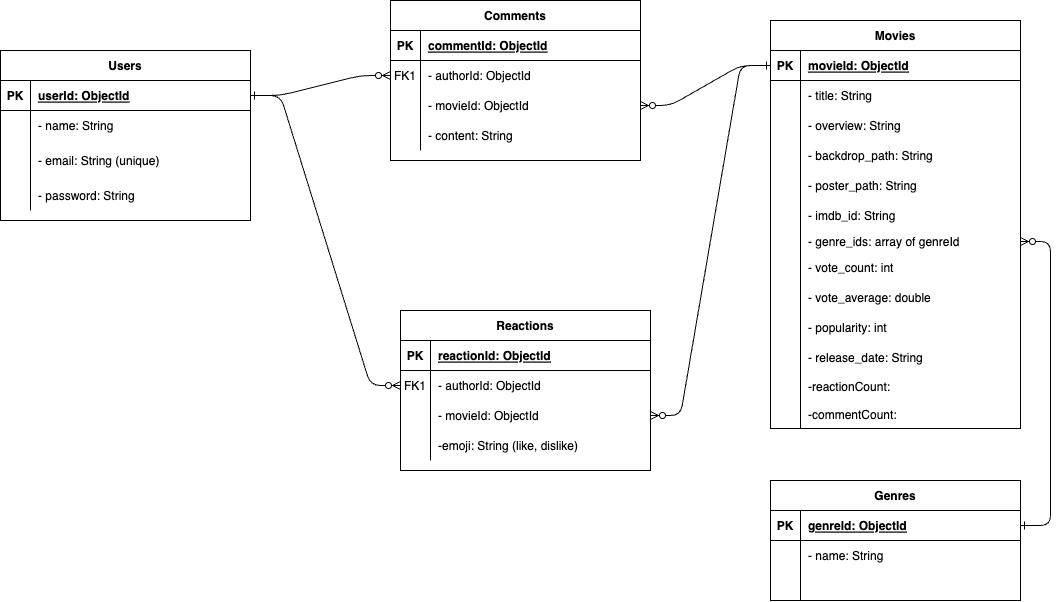
The draw.io diagram docs/db-schema.drawio.png in ttquyen/the-movie-app-be, before a commit. Source tidied: cells renumbered, new cells last; positions are measured from the earlier drawing's top-left corner, leaving out a move shared by most shapes.
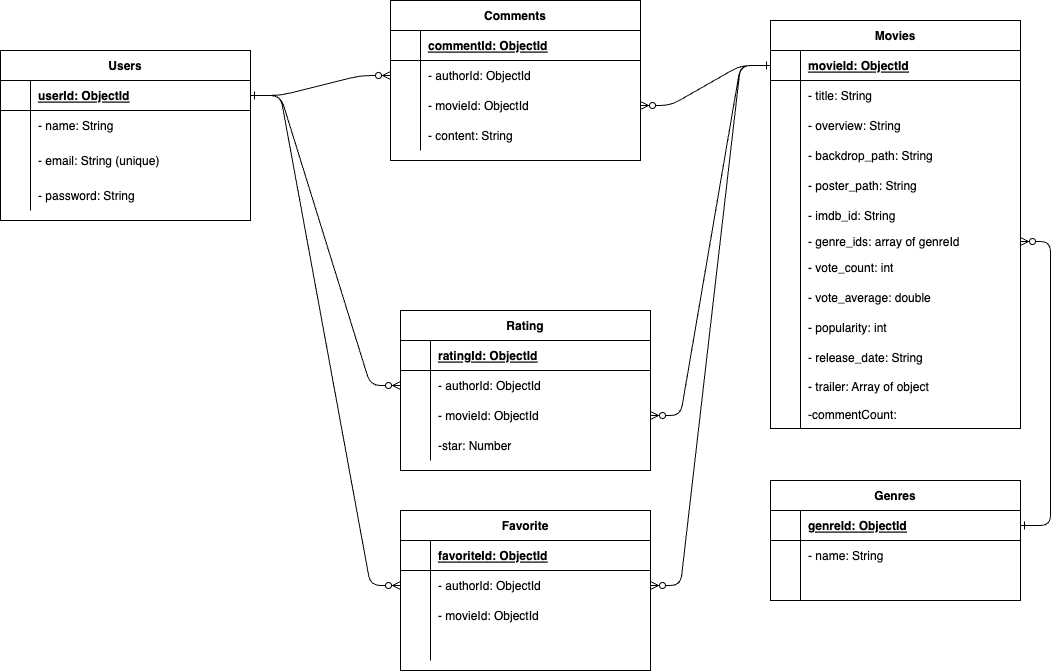
Above is the later version.

What changed in the source:
```diff
@@ -14,7 +14,7 @@
     <mxCell id="5" style="shape=partialRectangle;fillColor=none;top=0;left=0;right=0;bottom=1;" parent="4" vertex="1">
       <mxGeometry y="30" width="250" height="30" as="geometry" />
     </mxCell>
-    <mxCell id="6" value="PK" style="shape=partialRectangle;overflow=hidden;fillColor=none;top=0;left=0;bottom=0;right=0;fontStyle=1;" parent="5" vertex="1">
+    <mxCell id="6" style="shape=partialRectangle;overflow=hidden;fillColor=none;top=0;left=0;bottom=0;right=0;fontStyle=1;" parent="5" vertex="1">
       <mxGeometry width="30" height="30" as="geometry" />
     </mxCell>
     <mxCell id="7" value="commentId: ObjectId" style="shape=partialRectangle;overflow=hidden;fillColor=none;top=0;left=0;bottom=0;right=0;align=left;spacingLeft=6;fontStyle=5;" parent="5" vertex="1">
@@ -23,7 +23,7 @@
     <mxCell id="8" style="shape=partialRectangle;fillColor=none;points=[[0,0.5],[1,0.5]];portConstraint=eastwest;top=0;left=0;right=0;bottom=0;" parent="4" vertex="1">
       <mxGeometry y="60" width="250" height="30" as="geometry" />
     </mxCell>
-    <mxCell id="9" value="FK1" style="shape=partialRectangle;overflow=hidden;fillColor=none;top=0;left=0;bottom=0;right=0;" parent="8" vertex="1">
+    <mxCell id="9" style="shape=partialRectangle;overflow=hidden;fillColor=none;top=0;left=0;bottom=0;right=0;" parent="8" vertex="1">
       <mxGeometry width="30" height="30" as="geometry" />
     </mxCell>
     <mxCell id="10" value="- authorId: ObjectId" style="shape=partialRectangle;overflow=hidden;fillColor=none;top=0;left=0;bottom=0;right=0;align=left;spacingLeft=6;" parent="8" vertex="1">
@@ -47,22 +47,22 @@
     <mxCell id="16" value="- content: String" style="shape=partialRectangle;overflow=hidden;fillColor=none;top=0;left=0;bottom=0;right=0;align=left;spacingLeft=6;" parent="14" vertex="1">
       <mxGeometry x="30" width="220" height="30" as="geometry" />
     </mxCell>
-    <mxCell id="17" value="Reactions" style="shape=table;startSize=30;rowLines=0;fontStyle=1;align=center;" parent="1" vertex="1">
+    <mxCell id="17" value="Rating" style="shape=table;startSize=30;rowLines=0;fontStyle=1;align=center;" parent="1" vertex="1">
       <mxGeometry x="400" y="369" width="250" height="160" as="geometry" />
     </mxCell>
     <mxCell id="18" style="shape=partialRectangle;fillColor=none;top=0;left=0;right=0;bottom=1;" parent="17" vertex="1">
       <mxGeometry y="30" width="250" height="30" as="geometry" />
     </mxCell>
-    <mxCell id="19" value="PK" style="shape=partialRectangle;overflow=hidden;fillColor=none;top=0;left=0;bottom=0;right=0;fontStyle=1;" parent="18" vertex="1">
+    <mxCell id="19" style="shape=partialRectangle;overflow=hidden;fillColor=none;top=0;left=0;bottom=0;right=0;fontStyle=1;" parent="18" vertex="1">
       <mxGeometry width="30" height="30" as="geometry" />
     </mxCell>
-    <mxCell id="20" value="reactionId: ObjectId" style="shape=partialRectangle;overflow=hidden;fillColor=none;top=0;left=0;bottom=0;right=0;align=left;spacingLeft=6;fontStyle=5;" parent="18" vertex="1">
+    <mxCell id="20" value="ratingId: ObjectId" style="shape=partialRectangle;overflow=hidden;fillColor=none;top=0;left=0;bottom=0;right=0;align=left;spacingLeft=6;fontStyle=5;" parent="18" vertex="1">
       <mxGeometry x="30" width="220" height="30" as="geometry" />
     </mxCell>
     <mxCell id="21" style="shape=partialRectangle;fillColor=none;points=[[0,0.5],[1,0.5]];portConstraint=eastwest;top=0;left=0;right=0;bottom=0;" parent="17" vertex="1">
       <mxGeometry y="60" width="250" height="30" as="geometry" />
     </mxCell>
-    <mxCell id="22" value="FK1" style="shape=partialRectangle;overflow=hidden;fillColor=none;top=0;left=0;bottom=0;right=0;" parent="21" vertex="1">
+    <mxCell id="22" style="shape=partialRectangle;overflow=hidden;fillColor=none;top=0;left=0;bottom=0;right=0;" parent="21" vertex="1">
       <mxGeometry width="30" height="30" as="geometry" />
     </mxCell>
     <mxCell id="23" value="- authorId: ObjectId" style="shape=partialRectangle;overflow=hidden;fillColor=none;top=0;left=0;bottom=0;right=0;align=left;spacingLeft=6;" parent="21" vertex="1">
@@ -83,7 +83,7 @@
     <mxCell id="28" style="shape=partialRectangle;overflow=hidden;fillColor=none;top=0;left=0;bottom=0;right=0;" parent="27" vertex="1">
       <mxGeometry width="30" height="30" as="geometry" />
     </mxCell>
-    <mxCell id="29" value="-emoji: String (like, dislike)" style="shape=partialRectangle;overflow=hidden;fillColor=none;top=0;left=0;bottom=0;right=0;align=left;spacingLeft=6;" parent="27" vertex="1">
+    <mxCell id="29" value="-star: Number" style="shape=partialRectangle;overflow=hidden;fillColor=none;top=0;left=0;bottom=0;right=0;align=left;spacingLeft=6;" parent="27" vertex="1">
       <mxGeometry x="30" width="220" height="30" as="geometry" />
     </mxCell>
     <mxCell id="30" value="Users" style="shape=table;startSize=30;rowLines=0;fontStyle=1;align=center;" parent="1" vertex="1">
@@ -92,7 +92,7 @@
     <mxCell id="31" style="shape=partialRectangle;fillColor=none;points=[[0,0.5],[1,0.5]];portConstraint=eastwest;top=0;left=0;right=0;bottom=1;" parent="30" vertex="1">
       <mxGeometry y="30" width="250" height="30" as="geometry" />
     </mxCell>
-    <mxCell id="32" value="PK" style="shape=partialRectangle;overflow=hidden;fillColor=none;top=0;left=0;bottom=0;right=0;fontStyle=1;" parent="31" vertex="1">
+    <mxCell id="32" style="shape=partialRectangle;overflow=hidden;fillColor=none;top=0;left=0;bottom=0;right=0;fontStyle=1;" parent="31" vertex="1">
       <mxGeometry width="30" height="30" as="geometry" />
     </mxCell>
     <mxCell id="33" value="userId: ObjectId" style="shape=partialRectangle;overflow=hidden;fillColor=none;top=0;left=0;bottom=0;right=0;align=left;spacingLeft=6;fontStyle=5;" parent="31" vertex="1">
@@ -131,7 +131,7 @@
     <mxCell id="44" style="shape=partialRectangle;fillColor=none;points=[[0,0.5],[1,0.5]];portConstraint=eastwest;top=0;left=0;right=0;bottom=1;" parent="43" vertex="1">
       <mxGeometry y="30" width="250" height="30" as="geometry" />
     </mxCell>
-    <mxCell id="45" value="PK" style="shape=partialRectangle;overflow=hidden;fillColor=none;top=0;left=0;bottom=0;right=0;fontStyle=1;" parent="44" vertex="1">
+    <mxCell id="45" style="shape=partialRectangle;overflow=hidden;fillColor=none;top=0;left=0;bottom=0;right=0;fontStyle=1;" parent="44" vertex="1">
       <mxGeometry width="30" height="30" as="geometry" />
     </mxCell>
     <mxCell id="46" value="genreId: ObjectId" style="shape=partialRectangle;overflow=hidden;fillColor=none;top=0;left=0;bottom=0;right=0;align=left;spacingLeft=6;fontStyle=5;" parent="44" vertex="1">
@@ -161,7 +161,7 @@
     <mxCell id="54" style="shape=partialRectangle;fillColor=none;points=[[0,0.5],[1,0.5]];portConstraint=eastwest;top=0;left=0;right=0;bottom=1;" parent="53" vertex="1">
       <mxGeometry y="30" width="250" height="30" as="geometry" />
     </mxCell>
-    <mxCell id="55" value="PK" style="shape=partialRectangle;overflow=hidden;fillColor=none;top=0;left=0;bottom=0;right=0;fontStyle=1;" parent="54" vertex="1">
+    <mxCell id="55" style="shape=partialRectangle;overflow=hidden;fillColor=none;top=0;left=0;bottom=0;right=0;fontStyle=1;" parent="54" vertex="1">
       <mxGeometry width="30" height="30" as="geometry" />
     </mxCell>
     <mxCell id="56" value="movieId: ObjectId" style="shape=partialRectangle;overflow=hidden;fillColor=none;top=0;left=0;bottom=0;right=0;align=left;spacingLeft=6;fontStyle=5;" parent="54" vertex="1">
@@ -263,7 +263,7 @@
     <mxCell id="88" style="shape=partialRectangle;overflow=hidden;fillColor=none;top=0;left=0;bottom=0;right=0;" parent="87" vertex="1">
       <mxGeometry width="30" height="28" as="geometry" />
     </mxCell>
-    <mxCell id="89" value="-reactionCount: " style="shape=partialRectangle;overflow=hidden;fillColor=none;top=0;left=0;bottom=0;right=0;align=left;spacingLeft=6;" parent="87" vertex="1">
+    <mxCell id="89" value="- trailer: Array of object" style="shape=partialRectangle;overflow=hidden;fillColor=none;top=0;left=0;bottom=0;right=0;align=left;spacingLeft=6;" parent="87" vertex="1">
       <mxGeometry x="30" width="220" height="28" as="geometry" />
     </mxCell>
     <mxCell id="90" style="shape=partialRectangle;fillColor=none;top=0;left=0;right=0;bottom=0;" parent="53" vertex="1">
@@ -291,5 +291,50 @@
         </Array>
       </mxGeometry>
     </mxCell>
+    <mxCell id="96" value="Favorite" style="shape=table;startSize=30;rowLines=0;fontStyle=1;align=center;" parent="1" vertex="1">
+      <mxGeometry x="400" y="569" width="250" height="160" as="geometry" />
+    </mxCell>
+    <mxCell id="97" style="shape=partialRectangle;fillColor=none;top=0;left=0;right=0;bottom=1;" parent="96" vertex="1">
+      <mxGeometry y="30" width="250" height="30" as="geometry" />
+    </mxCell>
+    <mxCell id="98" style="shape=partialRectangle;overflow=hidden;fillColor=none;top=0;left=0;bottom=0;right=0;fontStyle=1;" parent="97" vertex="1">
+      <mxGeometry width="30" height="30" as="geometry" />
+    </mxCell>
+    <mxCell id="99" value="favoriteId: ObjectId" style="shape=partialRectangle;overflow=hidden;fillColor=none;top=0;left=0;bottom=0;right=0;align=left;spacingLeft=6;fontStyle=5;" parent="97" vertex="1">
+      <mxGeometry x="30" width="220" height="30" as="geometry" />
+    </mxCell>
+    <mxCell id="100" style="shape=partialRectangle;fillColor=none;points=[[0,0.5],[1,0.5]];portConstraint=eastwest;top=0;left=0;right=0;bottom=0;" parent="96" vertex="1">
+      <mxGeometry y="60" width="250" height="30" as="geometry" />
+    </mxCell>
+    <mxCell id="101" style="shape=partialRectangle;overflow=hidden;fillColor=none;top=0;left=0;bottom=0;right=0;" parent="100" vertex="1">
+      <mxGeometry width="30" height="30" as="geometry" />
+    </mxCell>
+    <mxCell id="102" value="- authorId: ObjectId" style="shape=partialRectangle;overflow=hidden;fillColor=none;top=0;left=0;bottom=0;right=0;align=left;spacingLeft=6;" parent="100" vertex="1">
+      <mxGeometry x="30" width="220" height="30" as="geometry" />
+    </mxCell>
+    <mxCell id="103" style="shape=partialRectangle;fillColor=none;top=0;left=0;right=0;bottom=0;" parent="96" vertex="1">
+      <mxGeometry y="90" width="250" height="30" as="geometry" />
+    </mxCell>
+    <mxCell id="104" style="shape=partialRectangle;overflow=hidden;fillColor=none;top=0;left=0;bottom=0;right=0;" parent="103" vertex="1">
+      <mxGeometry width="30" height="30" as="geometry" />
+    </mxCell>
+    <mxCell id="105" value="- movieId: ObjectId" style="shape=partialRectangle;overflow=hidden;fillColor=none;top=0;left=0;bottom=0;right=0;align=left;spacingLeft=6;" parent="103" vertex="1">
+      <mxGeometry x="30" width="220" height="30" as="geometry" />
+    </mxCell>
+    <mxCell id="106" style="shape=partialRectangle;fillColor=none;top=0;left=0;right=0;bottom=0;" parent="96" vertex="1">
+      <mxGeometry y="120" width="250" height="30" as="geometry" />
+    </mxCell>
+    <mxCell id="107" style="shape=partialRectangle;overflow=hidden;fillColor=none;top=0;left=0;bottom=0;right=0;" parent="106" vertex="1">
+      <mxGeometry width="30" height="30" as="geometry" />
+    </mxCell>
+    <mxCell id="108" style="shape=partialRectangle;overflow=hidden;fillColor=none;top=0;left=0;bottom=0;right=0;align=left;spacingLeft=6;" parent="106" vertex="1">
+      <mxGeometry x="30" width="220" height="30" as="geometry" />
+    </mxCell>
+    <mxCell id="109" style="edgeStyle=entityRelationEdgeStyle;endArrow=ERzeroToMany;startArrow=ERone;endFill=1;startFill=0;entryX=1;entryY=0.5;entryDx=0;entryDy=0;exitX=0;exitY=0.5;exitDx=0;exitDy=0;" parent="1" edge="1" source="54" target="100">
+      <mxGeometry relative="1" as="geometry" />
+    </mxCell>
+    <mxCell id="110" style="edgeStyle=entityRelationEdgeStyle;endArrow=ERzeroToMany;startArrow=ERone;endFill=1;startFill=0;exitX=1;exitY=0.5;exitDx=0;exitDy=0;entryX=0;entryY=0.5;entryDx=0;entryDy=0;" parent="1" edge="1" source="31" target="100">
+      <mxGeometry relative="1" as="geometry" />
+    </mxCell>
   </root>
 </mxGraphModel>
```
